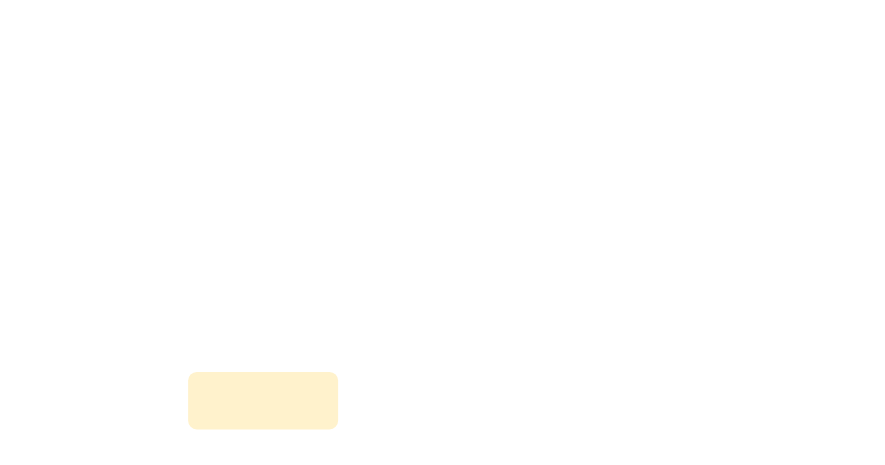
SHERlocked93/pic keeps this draw.io diagram as Untitled Diagram.drawio. Above is the earlier version. Source tidied: cells renumbered, new cells numbered last; positions are measured from the earlier drawing's top-left corner, leaving out a move shared by most shapes. Both pictures are drawn from the tidied source at 125%, with x=0, y=0 at pixel (188, 371).
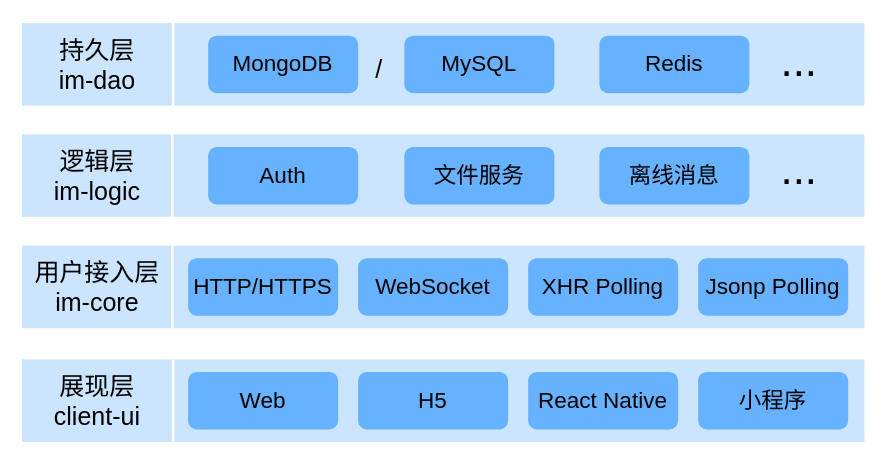
The same page after the edit.

The edit, as a diff of the source:
```diff
@@
+    <mxCell id="3" style="rounded=0;whiteSpace=wrap;html=1;sketch=0;strokeColor=none;fillColor=#CCE5FF;fontSize=18;" parent="1" vertex="1">
+      <mxGeometry x="-133" y="-10" width="674" height="66" as="geometry" />
+    </mxCell>
-    <mxCell id="2" style="rounded=1;whiteSpace=wrap;html=1;sketch=0;fillColor=#fff2cc;strokeColor=none;" parent="1" vertex="1">
+    <mxCell id="2" value="Web" style="rounded=1;whiteSpace=wrap;html=1;sketch=0;strokeColor=none;fillColor=#66B2FF;fontSize=18;" parent="1" vertex="1">
       <mxGeometry width="120" height="46" as="geometry" />
     </mxCell>
+    <mxCell id="4" value="H5" style="rounded=1;whiteSpace=wrap;html=1;sketch=0;strokeColor=none;fillColor=#66B2FF;fontSize=18;" parent="1" vertex="1">
+      <mxGeometry x="136" width="120" height="46" as="geometry" />
+    </mxCell>
+    <mxCell id="5" value="React Native" style="rounded=1;whiteSpace=wrap;html=1;sketch=0;strokeColor=none;fillColor=#66B2FF;fontSize=18;" parent="1" vertex="1">
+      <mxGeometry x="272" width="120" height="46" as="geometry" />
+    </mxCell>
+    <mxCell id="6" style="rounded=0;whiteSpace=wrap;html=1;sketch=0;strokeColor=none;fillColor=#CCE5FF;fontSize=18;" parent="1" vertex="1">
+      <mxGeometry x="-133" y="-101" width="674" height="66" as="geometry" />
+    </mxCell>
+    <mxCell id="7" value="HTTP/HTTPS" style="rounded=1;whiteSpace=wrap;html=1;sketch=0;strokeColor=none;fillColor=#66B2FF;fontSize=18;" parent="1" vertex="1">
+      <mxGeometry y="-91" width="120" height="46" as="geometry" />
+    </mxCell>
+    <mxCell id="8" value="XHR Polling" style="rounded=1;whiteSpace=wrap;html=1;sketch=0;strokeColor=none;fillColor=#66B2FF;fontSize=18;" parent="1" vertex="1">
+      <mxGeometry x="272" y="-91" width="120" height="46" as="geometry" />
+    </mxCell>
+    <mxCell id="9" value="Jsonp Polling" style="rounded=1;whiteSpace=wrap;html=1;sketch=0;strokeColor=none;fillColor=#66B2FF;fontSize=18;" parent="1" vertex="1">
+      <mxGeometry x="408" y="-91" width="120" height="46" as="geometry" />
+    </mxCell>
+    <mxCell id="10" style="rounded=0;whiteSpace=wrap;html=1;sketch=0;strokeColor=none;fillColor=#CCE5FF;fontSize=18;" parent="1" vertex="1">
+      <mxGeometry x="-133" y="-190" width="674" height="66" as="geometry" />
+    </mxCell>
+    <mxCell id="11" value="Auth" style="rounded=1;whiteSpace=wrap;html=1;sketch=0;strokeColor=none;fillColor=#66B2FF;fontSize=18;" parent="1" vertex="1">
+      <mxGeometry x="16" y="-180" width="120" height="46" as="geometry" />
+    </mxCell>
+    <mxCell id="12" value="文件服务" style="rounded=1;whiteSpace=wrap;html=1;sketch=0;strokeColor=none;fillColor=#66B2FF;fontSize=18;" parent="1" vertex="1">
+      <mxGeometry x="173" y="-180" width="120" height="46" as="geometry" />
+    </mxCell>
+    <mxCell id="13" style="rounded=0;whiteSpace=wrap;html=1;sketch=0;strokeColor=none;fillColor=#CCE5FF;fontSize=18;" parent="1" vertex="1">
+      <mxGeometry x="-133" y="-279" width="674" height="66" as="geometry" />
+    </mxCell>
+    <mxCell id="14" value="Redis" style="rounded=1;whiteSpace=wrap;html=1;sketch=0;strokeColor=none;fillColor=#66B2FF;fontSize=18;" parent="1" vertex="1">
+      <mxGeometry x="329" y="-269" width="120" height="46" as="geometry" />
+    </mxCell>
+    <mxCell id="15" value="MongoDB" style="rounded=1;whiteSpace=wrap;html=1;sketch=0;strokeColor=none;fillColor=#66B2FF;fontSize=18;" parent="1" vertex="1">
+      <mxGeometry x="16" y="-269" width="120" height="46" as="geometry" />
+    </mxCell>
+    <mxCell id="16" value="..." style="text;html=1;strokeColor=none;fillColor=none;align=center;verticalAlign=middle;whiteSpace=wrap;rounded=0;sketch=0;fontSize=35;" parent="1" vertex="1">
+      <mxGeometry x="469" y="-259" width="40" height="20" as="geometry" />
+    </mxCell>
+    <mxCell id="17" value="WebSocket" style="rounded=1;whiteSpace=wrap;html=1;sketch=0;strokeColor=none;fillColor=#66B2FF;fontSize=18;" parent="1" vertex="1">
+      <mxGeometry x="136" y="-91" width="120" height="46" as="geometry" />
+    </mxCell>
+    <mxCell id="18" value="离线消息" style="rounded=1;whiteSpace=wrap;html=1;sketch=0;strokeColor=none;fillColor=#66B2FF;fontSize=18;" parent="1" vertex="1">
+      <mxGeometry x="329" y="-180" width="120" height="46" as="geometry" />
+    </mxCell>
+    <mxCell id="19" value="..." style="text;html=1;strokeColor=none;fillColor=none;align=center;verticalAlign=middle;whiteSpace=wrap;rounded=0;sketch=0;fontSize=35;" parent="1" vertex="1">
+      <mxGeometry x="469" y="-173" width="40" height="20" as="geometry" />
+    </mxCell>
+    <mxCell id="20" value="小程序" style="rounded=1;whiteSpace=wrap;html=1;sketch=0;strokeColor=none;fillColor=#66B2FF;fontSize=18;" parent="1" vertex="1">
+      <mxGeometry x="408" width="120" height="46" as="geometry" />
+    </mxCell>
+    <mxCell id="21" value="用户接入层&lt;br&gt;im-core" style="text;html=1;strokeColor=none;fillColor=none;align=center;verticalAlign=middle;whiteSpace=wrap;rounded=0;sketch=0;fontSize=20;" parent="1" vertex="1">
+      <mxGeometry x="-133" y="-94.5" width="121" height="53" as="geometry" />
+    </mxCell>
+    <mxCell id="22" value="持久层&lt;br&gt;im-dao" style="text;html=1;strokeColor=none;fillColor=none;align=center;verticalAlign=middle;whiteSpace=wrap;rounded=0;sketch=0;fontSize=20;" parent="1" vertex="1">
+      <mxGeometry x="-133" y="-272.5" width="121" height="53" as="geometry" />
+    </mxCell>
+    <mxCell id="23" value="展现层&lt;br&gt;client-ui" style="text;html=1;strokeColor=none;fillColor=none;align=center;verticalAlign=middle;whiteSpace=wrap;rounded=0;sketch=0;fontSize=20;" parent="1" vertex="1">
+      <mxGeometry x="-133" y="-3.5" width="121" height="53" as="geometry" />
+    </mxCell>
+    <mxCell id="24" value="逻辑层&lt;br&gt;im-logic" style="text;html=1;strokeColor=none;fillColor=none;align=center;verticalAlign=middle;whiteSpace=wrap;rounded=0;sketch=0;fontSize=20;" parent="1" vertex="1">
+      <mxGeometry x="-133" y="-183.5" width="121" height="53" as="geometry" />
+    </mxCell>
+    <mxCell id="25" value="MySQL" style="rounded=1;whiteSpace=wrap;html=1;sketch=0;strokeColor=none;fillColor=#66B2FF;fontSize=18;" parent="1" vertex="1">
+      <mxGeometry x="173" y="-269" width="120" height="46" as="geometry" />
+    </mxCell>
+    <mxCell id="26" style="endArrow=none;html=1;fontSize=20;strokeWidth=2;strokeColor=#FFFFFF;" parent="1" edge="1">
+      <mxGeometry relative="1" as="geometry">
+        <mxPoint x="-12.7" y="-35" as="sourcePoint" />
+        <mxPoint x="-12.7" y="-101" as="targetPoint" />
+      </mxGeometry>
+    </mxCell>
+    <mxCell id="27" style="endArrow=none;html=1;fontSize=20;strokeWidth=2;strokeColor=#FFFFFF;" parent="1" edge="1">
+      <mxGeometry relative="1" as="geometry">
+        <mxPoint x="-12" y="-213" as="sourcePoint" />
+        <mxPoint x="-12" y="-279" as="targetPoint" />
+      </mxGeometry>
+    </mxCell>
+    <mxCell id="28" style="endArrow=none;html=1;fontSize=20;strokeWidth=2;strokeColor=#FFFFFF;" parent="1" edge="1">
+      <mxGeometry relative="1" as="geometry">
+        <mxPoint x="-12" y="56" as="sourcePoint" />
+        <mxPoint x="-12" y="-10" as="targetPoint" />
+      </mxGeometry>
+    </mxCell>
+    <mxCell id="29" style="endArrow=none;html=1;fontSize=20;strokeWidth=2;strokeColor=#FFFFFF;" parent="1" edge="1">
+      <mxGeometry relative="1" as="geometry">
+        <mxPoint x="-12.7" y="-124" as="sourcePoint" />
+        <mxPoint x="-12.7" y="-190" as="targetPoint" />
+      </mxGeometry>
+    </mxCell>
+    <mxCell id="30" value="/" style="text;html=1;strokeColor=none;fillColor=none;align=center;verticalAlign=middle;whiteSpace=wrap;rounded=0;sketch=0;fontSize=20;" parent="1" vertex="1">
+      <mxGeometry x="133" y="-253" width="40" height="20" as="geometry" />
+    </mxCell>
```
